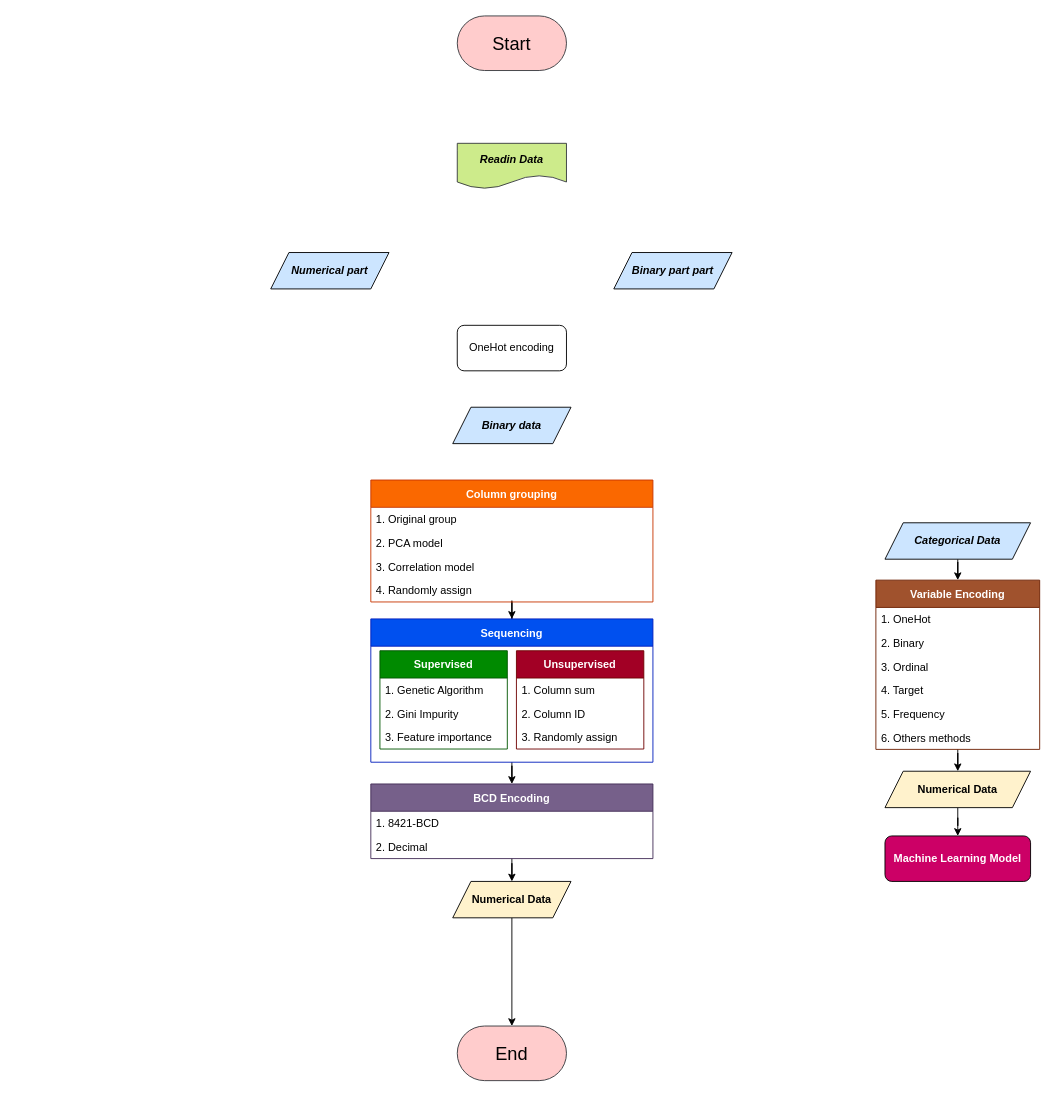
The draw.io diagram draw io/binary data encoding.drawio in R64825/NTUIIE-Research, before the edit. Source tidied: cells renumbered, new cells numbered last; positions are measured from the earlier drawing's top-left corner, leaving out a move shared by most shapes. Both pictures are drawn from the tidied source at 91%, with x=0, y=0 at pixel (270, 15).
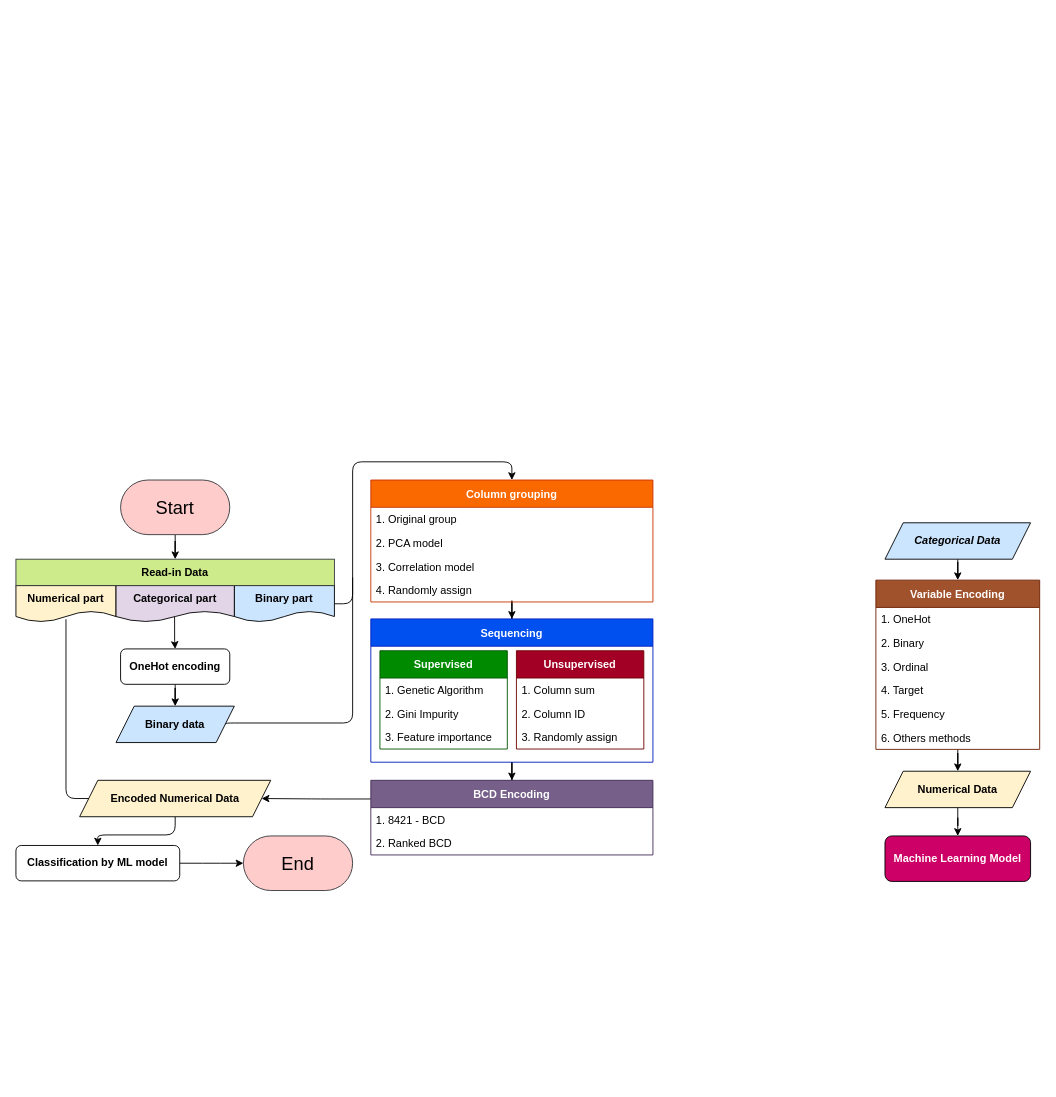
The same page after the edit.

The change refers to these unchanged cells:
```xml
<mxCell id="7" value="Column grouping" style="swimlane;fontStyle=1;horizontal=1;startSize=30;fillColor=#fa6800;strokeColor=#C73500;fontColor=#FFFFFF;" parent="1" vertex="1">
  <mxGeometry x="110" y="510" width="310" height="134" as="geometry" />
</mxCell>
```

What changed in the source:
```diff
@@
     <mxCell id="2" value="End" style="rounded=1;whiteSpace=wrap;html=1;arcSize=50;fontSize=20;fillColor=#ffcccc;strokeColor=#36393d;fontStyle=0;" parent="1" vertex="1">
-      <mxGeometry x="205" y="1110" width="120" height="60" as="geometry" />
+      <mxGeometry x="-30" y="901.1" width="120" height="60" as="geometry" />
     </mxCell>
+    <mxCell id="44" style="edgeStyle=orthogonalEdgeStyle;rounded=0;jettySize=auto;html=1;entryX=0.5;entryY=0;entryDx=0;entryDy=0;" parent="1" edge="1" source="3" target="54">
+      <mxGeometry relative="1" as="geometry" />
+    </mxCell>
     <mxCell id="3" value="Start" style="rounded=1;whiteSpace=wrap;html=1;arcSize=50;fontSize=20;fillColor=#ffcccc;strokeColor=#36393d;fontStyle=0;" parent="1" vertex="1">
-      <mxGeometry x="205" width="120" height="60" as="geometry" />
+      <mxGeometry x="-165" y="510" width="120" height="60" as="geometry" />
     </mxCell>
-    <mxCell id="4" value="&lt;font face=&quot;helvetica&quot;&gt;Readin Data&lt;/font&gt;" style="shape=document;whiteSpace=wrap;html=1;boundedLbl=1;fillColor=#cdeb8b;strokeColor=#36393d;fontStyle=3;" parent="1" vertex="1">
-      <mxGeometry x="205" y="140" width="120" height="50" as="geometry" />
-    </mxCell>
+    <mxCell id="45" style="edgeStyle=orthogonalEdgeStyle;rounded=1;jettySize=auto;html=1;exitX=1;exitY=0.5;exitDx=0;exitDy=0;strokeColor=default;endFill=0;anchorPointDirection=1;endArrow=none;" parent="1" edge="1" source="5">
+      <mxGeometry relative="1" as="geometry">
+        <mxPoint x="90" y="617" as="targetPoint" />
+        <Array as="points">
+          <mxPoint x="-50" y="777" />
+          <mxPoint x="90" y="777" />
+        </Array>
+      </mxGeometry>
+    </mxCell>
-    <mxCell id="5" value="Binary data" style="shape=parallelogram;perimeter=parallelogramPerimeter;whiteSpace=wrap;html=1;fixedSize=1;fillColor=#cce5ff;fontStyle=3;" parent="1" vertex="1">
-      <mxGeometry x="200" y="430" width="130" height="40" as="geometry" />
+    <mxCell id="5" value="Binary data" style="shape=parallelogram;perimeter=parallelogramPerimeter;whiteSpace=wrap;html=1;fixedSize=1;fillColor=#cce5ff;fontStyle=1;" parent="1" vertex="1">
+      <mxGeometry x="-170" y="758.5" width="130" height="40" as="geometry" />
     </mxCell>
@@
-    <mxCell id="12" style="edgeStyle=orthogonalEdgeStyle;rounded=0;jettySize=auto;html=1;fontSize=20;" parent="1" edge="1" source="13" target="2">
-      <mxGeometry relative="1" as="geometry" />
-    </mxCell>
+    <mxCell id="46" style="edgeStyle=orthogonalEdgeStyle;rounded=1;jettySize=auto;html=1;" parent="1" edge="1" source="13" target="53">
+      <mxGeometry relative="1" as="geometry" />
+    </mxCell>
-    <mxCell id="13" value="&lt;span style=&quot;font-style: normal; text-align: left;&quot;&gt;Numerical Data&lt;/span&gt;" style="shape=parallelogram;perimeter=parallelogramPerimeter;whiteSpace=wrap;html=1;fixedSize=1;fillColor=#fff2cc;fontStyle=3;" parent="1" vertex="1">
-      <mxGeometry x="200" y="951.1" width="130" height="40" as="geometry" />
+    <mxCell id="13" value="&lt;span style=&quot;text-align: left;&quot;&gt;&lt;span style=&quot;font-style: normal;&quot;&gt;Encoded&amp;nbsp;Numerical Data&lt;/span&gt;&lt;/span&gt;" style="shape=parallelogram;perimeter=parallelogramPerimeter;whiteSpace=wrap;html=1;fixedSize=1;fillColor=#fff2cc;fontStyle=3;" parent="1" vertex="1">
+      <mxGeometry x="-210" y="840" width="210" height="40" as="geometry" />
     </mxCell>
@@
-    <mxCell id="24" style="edgeStyle=orthogonalEdgeStyle;rounded=0;jettySize=auto;html=1;entryX=0.5;entryY=0;entryDx=0;entryDy=0;" parent="1" edge="1" source="25" target="13">
+    <mxCell id="24" style="edgeStyle=orthogonalEdgeStyle;rounded=1;jettySize=auto;html=1;exitX=0;exitY=0.25;exitDx=0;exitDy=0;strokeColor=default;endArrow=classic;endFill=1;entryX=1;entryY=0.5;entryDx=0;entryDy=0;" parent="1" edge="1" source="25" target="13">
       <mxGeometry relative="1" as="geometry" />
     </mxCell>
     <mxCell id="25" value="BCD Encoding" style="swimlane;fontStyle=1;horizontal=1;startSize=30;fillColor=#76608a;strokeColor=#432D57;fontColor=#ffffff;" parent="1" vertex="1">
-      <mxGeometry x="110" y="844" width="310" height="82" as="geometry" />
+      <mxGeometry x="110" y="840" width="310" height="82" as="geometry" />
     </mxCell>
-    <mxCell id="26" value="1. 8421-BCD" style="text;strokeColor=none;fillColor=none;align=left;verticalAlign=top;spacingLeft=4;spacingRight=4;overflow=hidden;" parent="25" vertex="1">
+    <mxCell id="26" value="1. 8421 - BCD" style="text;strokeColor=none;fillColor=none;align=left;verticalAlign=top;spacingLeft=4;spacingRight=4;overflow=hidden;" parent="25" vertex="1">
       <mxGeometry y="30" width="310" height="26" as="geometry" />
     </mxCell>
-    <mxCell id="27" value="2. Decimal" style="text;strokeColor=none;fillColor=none;align=left;verticalAlign=top;spacingLeft=4;spacingRight=4;overflow=hidden;" parent="25" vertex="1">
+    <mxCell id="27" value="2. Ranked BCD" style="text;strokeColor=none;fillColor=none;align=left;verticalAlign=top;spacingLeft=4;spacingRight=4;overflow=hidden;" parent="25" vertex="1">
       <mxGeometry y="56" width="310" height="26" as="geometry" />
     </mxCell>
@@
+    <mxCell id="47" style="edgeStyle=orthogonalEdgeStyle;rounded=1;jettySize=auto;html=1;entryX=0;entryY=0.5;entryDx=0;entryDy=0;exitX=0.5;exitY=0.925;exitDx=0;exitDy=0;exitPerimeter=0;endArrow=none;endFill=0;" parent="1" edge="1" source="30" target="13">
+      <mxGeometry relative="1" as="geometry">
+        <Array as="points">
+          <mxPoint x="-225" y="860" />
+        </Array>
+      </mxGeometry>
+    </mxCell>
-    <mxCell id="30" value="Numerical part" style="shape=parallelogram;perimeter=parallelogramPerimeter;whiteSpace=wrap;html=1;fixedSize=1;fillColor=#cce5ff;fontStyle=3;" parent="1" vertex="1">
-      <mxGeometry y="260" width="130" height="40" as="geometry" />
+    <mxCell id="30" value="&lt;b&gt;Numerical part&lt;/b&gt;" style="shape=document;whiteSpace=wrap;html=1;boundedLbl=1;fontFamily=Helvetica;fontSize=12;fontColor=default;align=center;strokeColor=#000000;fillColor=#fff2cc;" parent="1" vertex="1">
+      <mxGeometry x="-280" y="626" width="110" height="40" as="geometry" />
     </mxCell>
+    <mxCell id="48" style="edgeStyle=orthogonalEdgeStyle;rounded=1;jettySize=auto;html=1;entryX=0.5;entryY=0;entryDx=0;entryDy=0;" parent="1" edge="1" source="31" target="7">
+      <mxGeometry relative="1" as="geometry" />
+    </mxCell>
-    <mxCell id="31" value="Binary part part" style="shape=parallelogram;perimeter=parallelogramPerimeter;whiteSpace=wrap;html=1;fixedSize=1;fillColor=#cce5ff;fontStyle=3;" parent="1" vertex="1">
-      <mxGeometry x="377" y="260" width="130" height="40" as="geometry" />
+    <mxCell id="31" value="&lt;b&gt;Binary part&lt;/b&gt;" style="shape=document;whiteSpace=wrap;html=1;boundedLbl=1;fontFamily=Helvetica;fontSize=12;fontColor=default;align=center;strokeColor=default;fillColor=#cce5ff;" parent="1" vertex="1">
+      <mxGeometry x="-40" y="626" width="110" height="40" as="geometry" />
     </mxCell>
+    <mxCell id="49" style="edgeStyle=orthogonalEdgeStyle;rounded=0;jettySize=auto;html=1;" parent="1" edge="1" source="32" target="5">
+      <mxGeometry relative="1" as="geometry" />
+    </mxCell>
-    <mxCell id="32" value="OneHot encoding" style="rounded=1;whiteSpace=wrap;html=1;fontSize=12;glass=0;strokeWidth=1;shadow=0;" parent="1" vertex="1">
-      <mxGeometry x="205" y="340" width="120" height="50" as="geometry" />
+    <mxCell id="32" value="OneHot encoding" style="rounded=1;whiteSpace=wrap;html=1;fontSize=12;glass=0;strokeWidth=1;shadow=0;fontStyle=1;" parent="1" vertex="1">
+      <mxGeometry x="-165" y="695.6" width="120" height="38.9" as="geometry" />
     </mxCell>
@@
+    <mxCell id="50" style="edgeStyle=orthogonalEdgeStyle;rounded=0;jettySize=auto;html=1;exitX=0.495;exitY=0.854;exitDx=0;exitDy=0;exitPerimeter=0;" parent="1" edge="1" source="51" target="32">
+      <mxGeometry relative="1" as="geometry" />
+    </mxCell>
+    <mxCell id="51" value="&lt;b&gt;Categorical part&lt;/b&gt;" style="shape=document;whiteSpace=wrap;html=1;boundedLbl=1;fontFamily=Helvetica;fontSize=12;fontColor=default;align=center;strokeColor=#000000;fillColor=#e1d5e7;" parent="1" vertex="1">
+      <mxGeometry x="-170" y="626" width="130" height="40" as="geometry" />
+    </mxCell>
+    <mxCell id="52" style="edgeStyle=orthogonalEdgeStyle;rounded=1;jettySize=auto;html=1;strokeColor=default;endArrow=classic;endFill=1;" parent="1" edge="1" source="53" target="2">
+      <mxGeometry relative="1" as="geometry" />
+    </mxCell>
+    <mxCell id="53" value="Classification by ML model" style="rounded=1;whiteSpace=wrap;html=1;fontSize=12;glass=0;strokeWidth=1;shadow=0;fontStyle=1;" parent="1" vertex="1">
+      <mxGeometry x="-280" y="911.6" width="180" height="38.9" as="geometry" />
+    </mxCell>
+    <mxCell id="54" value="Read-in Data" style="rounded=0;whiteSpace=wrap;html=1;strokeColor=#36393d;fillColor=#cdeb8b;fontStyle=1;" parent="1" vertex="1">
+      <mxGeometry x="-280" y="597" width="350" height="29" as="geometry" />
+    </mxCell>
```
